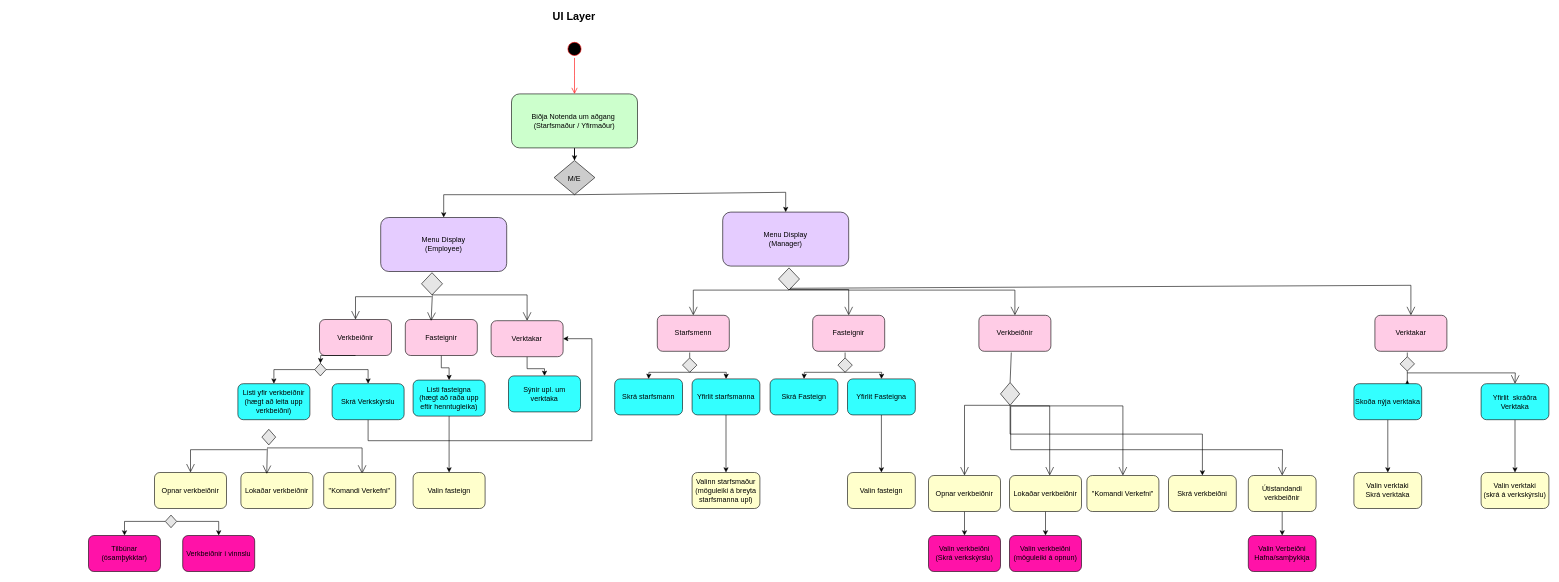
Sesslja/Verklegtnamskeid-1 keeps this draw.io diagram as page "Flæði" (1 of 2) of design/rit/State_Diagram_UI.drawio. Above is the earlier version. Source tidied: cells renumbered, new cells numbered last; positions are measured from the earlier drawing's top-left corner, leaving out a move shared by most shapes. Both pictures are drawn from the tidied source at 60%, with x=0, y=0 at pixel (88, 11).
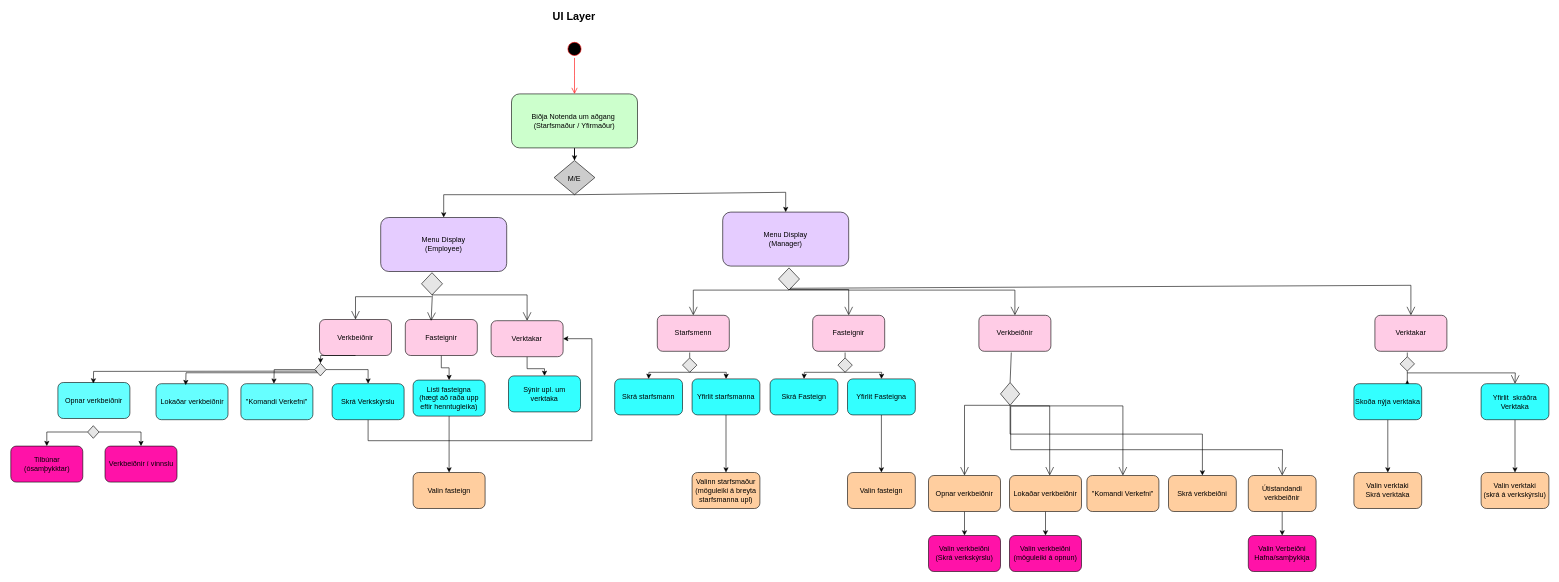
The same diagram, later.

Commit message (it also covers changes not shown here):
útlitshönnun á kerfi

The change refers to these unchanged cells:
```xml
<mxCell id="25" style="rhombus;whiteSpace=wrap;html=1;fontSize=12;fillColor=#E6E6E6;" parent="1" vertex="1">
  <mxGeometry x="377" y="587" width="19" height="21" as="geometry" />
</mxCell>
```

The edit, as a diff of the source:
```diff
@@
-    <mxCell id="17" value="Listi yfir verkbeiðnir&lt;br&gt;(hægt að leita upp verkbeiðni)" style="rounded=1;whiteSpace=wrap;html=1;fontSize=12;fillColor=#33FFFF;" parent="1" vertex="1">
-      <mxGeometry x="249" y="621" width="120" height="60" as="geometry" />
-    </mxCell>
@@
-    <mxCell id="24" style="edgeStyle=orthogonalEdgeStyle;rounded=0;jettySize=auto;html=1;fontSize=12;" parent="1" edge="1" source="25" target="17">
-      <mxGeometry relative="1" as="geometry" />
+    <mxCell id="24" style="edgeStyle=orthogonalEdgeStyle;rounded=0;jettySize=auto;html=1;fontSize=12;" parent="1" edge="1" source="25">
+      <mxGeometry relative="1" as="geometry">
+        <mxPoint x="309" y="621" as="targetPoint" />
+      </mxGeometry>
     </mxCell>
@@
-    <mxCell id="49" value="Skrá verkbeiðni" style="rounded=1;whiteSpace=wrap;html=1;fontSize=12;fillColor=#FFFFCC;" parent="1" vertex="1">
+    <mxCell id="49" value="Skrá verkbeiðni" style="rounded=1;whiteSpace=wrap;html=1;fontSize=12;fillColor=#FFCE9F;" parent="1" vertex="1">
       <mxGeometry x="1800" y="774" width="113" height="60" as="geometry" />
     </mxCell>
@@
-    <mxCell id="63" value="Opnar verkbeiðnir" style="rounded=1;whiteSpace=wrap;html=1;fontSize=12;fillColor=#FFFFCC;" parent="1" vertex="1">
-      <mxGeometry x="110" y="769" width="120" height="60" as="geometry" />
+    <mxCell id="63" value="Opnar verkbeiðnir" style="rounded=1;whiteSpace=wrap;html=1;fontSize=12;fillColor=#66FFFF;" parent="1" vertex="1">
+      <mxGeometry x="-51" y="619" width="120" height="60" as="geometry" />
     </mxCell>
-    <mxCell id="64" value="Lokaðar verkbeiðnir" style="rounded=1;whiteSpace=wrap;html=1;fontSize=12;fillColor=#FFFFCC;" parent="1" vertex="1">
-      <mxGeometry x="254" y="769" width="120" height="60" as="geometry" />
+    <mxCell id="64" value="Lokaðar verkbeiðnir" style="rounded=1;whiteSpace=wrap;html=1;fontSize=12;fillColor=#66FFFF;" parent="1" vertex="1">
+      <mxGeometry x="112.5" y="621" width="120" height="60" as="geometry" />
     </mxCell>
-    <mxCell id="65" style="endArrow=open;endFill=1;endSize=12;html=1;rounded=0;fontSize=12;entryX=0.5;entryY=0;entryDx=0;entryDy=0;exitX=0.5;exitY=1;exitDx=0;exitDy=0;" parent="1" edge="1">
-      <mxGeometry relative="1" as="geometry">
-        <mxPoint x="297.5" y="728" as="sourcePoint" />
-        <mxPoint x="456" y="771" as="targetPoint" />
-        <Array as="points">
-          <mxPoint x="456" y="728" />
-        </Array>
-      </mxGeometry>
-    </mxCell>
-    <mxCell id="66" style="endArrow=open;endFill=1;endSize=12;html=1;rounded=0;fontSize=12;entryX=0.359;entryY=0.039;entryDx=0;entryDy=0;entryPerimeter=0;" parent="1" edge="1" target="64">
-      <mxGeometry relative="1" as="geometry">
-        <mxPoint x="298" y="729" as="sourcePoint" />
-      </mxGeometry>
-    </mxCell>
-    <mxCell id="67" style="endArrow=open;endFill=1;endSize=12;html=1;rounded=0;fontSize=12;entryX=0.5;entryY=0;entryDx=0;entryDy=0;" parent="1" edge="1" target="63">
-      <mxGeometry relative="1" as="geometry">
-        <mxPoint x="297" y="731" as="sourcePoint" />
-        <Array as="points">
-          <mxPoint x="170" y="731" />
-        </Array>
-      </mxGeometry>
-    </mxCell>
-    <mxCell id="68" style="rhombus;whiteSpace=wrap;html=1;fontSize=12;fillColor=#E6E6E6;" parent="1" vertex="1">
-      <mxGeometry x="289" y="697" width="23" height="26" as="geometry" />
-    </mxCell>
-    <mxCell id="69" value="&quot;Komandi Verkefni&quot;" style="rounded=1;whiteSpace=wrap;html=1;fontSize=12;fillColor=#FFFFCC;" parent="1" vertex="1">
-      <mxGeometry x="392" y="769" width="120" height="60" as="geometry" />
+    <mxCell id="69" value="&quot;Komandi Verkefni&quot;" style="rounded=1;whiteSpace=wrap;html=1;fontSize=12;fillColor=#66FFFF;" parent="1" vertex="1">
+      <mxGeometry x="254" y="621" width="120" height="60" as="geometry" />
     </mxCell>
     <mxCell id="70" value="Tilbúnar (ósamþykktar)" style="rounded=1;whiteSpace=wrap;html=1;fontSize=12;fillColor=#FF12A8;" parent="1" vertex="1">
-      <mxGeometry y="874" width="120" height="60" as="geometry" />
+      <mxGeometry x="-129.5" y="725" width="120" height="60" as="geometry" />
     </mxCell>
     <mxCell id="71" value="Verkbeiðnir í vinnslu" style="rounded=1;whiteSpace=wrap;html=1;fontSize=12;fillColor=#FF12A8;" parent="1" vertex="1">
-      <mxGeometry x="157" y="874" width="120" height="60" as="geometry" />
+      <mxGeometry x="27.5" y="725" width="120" height="60" as="geometry" />
     </mxCell>
@@
     <mxCell id="74" style="rhombus;whiteSpace=wrap;html=1;fontSize=12;fillColor=#E6E6E6;" parent="1" vertex="1">
-      <mxGeometry x="128" y="840" width="19" height="21" as="geometry" />
+      <mxGeometry x="-1.5" y="691" width="19" height="21" as="geometry" />
     </mxCell>
-    <mxCell id="75" value="Valin fasteign" style="rounded=1;whiteSpace=wrap;html=1;fontSize=12;fillColor=#FFFFCC;" parent="1" vertex="1">
+    <mxCell id="75" value="Valin fasteign" style="rounded=1;whiteSpace=wrap;html=1;fontSize=12;fillColor=#FFCE9F;" parent="1" vertex="1">
       <mxGeometry x="541" y="769" width="120" height="60" as="geometry" />
     </mxCell>
-    <mxCell id="76" value="Valinn starfsmaður&lt;br&gt;(möguleiki á breyta starfsmanna upl)" style="rounded=1;whiteSpace=wrap;html=1;fontSize=12;fillColor=#FFFFCC;" parent="1" vertex="1">
+    <mxCell id="76" value="Valinn starfsmaður&lt;br&gt;(möguleiki á breyta starfsmanna upl)" style="rounded=1;whiteSpace=wrap;html=1;fontSize=12;fillColor=#FFCE9F;" parent="1" vertex="1">
       <mxGeometry x="1006" y="769" width="113" height="60" as="geometry" />
     </mxCell>
-    <mxCell id="77" value="Valin fasteign" style="rounded=1;whiteSpace=wrap;html=1;fontSize=12;fillColor=#FFFFCC;" parent="1" vertex="1">
+    <mxCell id="77" value="Valin fasteign" style="rounded=1;whiteSpace=wrap;html=1;fontSize=12;fillColor=#FFCE9F;" parent="1" vertex="1">
       <mxGeometry x="1265" y="769" width="113" height="60" as="geometry" />
     </mxCell>
@@
-    <mxCell id="79" value="Opnar verkbeiðnir" style="rounded=1;whiteSpace=wrap;html=1;fontSize=12;fillColor=#FFFFCC;" parent="1" vertex="1">
+    <mxCell id="79" value="Opnar verkbeiðnir" style="rounded=1;whiteSpace=wrap;html=1;fontSize=12;fillColor=#FFCE9F;" parent="1" vertex="1">
       <mxGeometry x="1400" y="774" width="120" height="60" as="geometry" />
     </mxCell>
@@
-    <mxCell id="81" value="Lokaðar verkbeiðnir" style="rounded=1;whiteSpace=wrap;html=1;fontSize=12;fillColor=#FFFFCC;" parent="1" vertex="1">
+    <mxCell id="81" value="Lokaðar verkbeiðnir" style="rounded=1;whiteSpace=wrap;html=1;fontSize=12;fillColor=#FFCE9F;" parent="1" vertex="1">
       <mxGeometry x="1535" y="774" width="120" height="60" as="geometry" />
     </mxCell>
-    <mxCell id="82" value="&quot;Komandi Verkefni&quot;" style="rounded=1;whiteSpace=wrap;html=1;fontSize=12;fillColor=#FFFFCC;" parent="1" vertex="1">
+    <mxCell id="82" value="&quot;Komandi Verkefni&quot;" style="rounded=1;whiteSpace=wrap;html=1;fontSize=12;fillColor=#FFCE9F;" parent="1" vertex="1">
       <mxGeometry x="1664" y="774" width="120" height="60" as="geometry" />
     </mxCell>
@@
-    <mxCell id="89" value="Útistandandi verkbeiðnir" style="rounded=1;whiteSpace=wrap;html=1;fontSize=12;fillColor=#FFFFCC;" parent="1" vertex="1">
+    <mxCell id="89" value="Útistandandi verkbeiðnir" style="rounded=1;whiteSpace=wrap;html=1;fontSize=12;fillColor=#FFCE9F;" parent="1" vertex="1">
       <mxGeometry x="1933" y="774" width="113" height="60" as="geometry" />
     </mxCell>
@@
-    <mxCell id="95" value="Valin verktaki&lt;br&gt;Skrá&amp;nbsp;verktaka" style="rounded=1;whiteSpace=wrap;html=1;fontSize=12;fillColor=#FFFFCC;" parent="1" vertex="1">
+    <mxCell id="95" value="Valin verktaki&lt;br&gt;Skrá&amp;nbsp;verktaka" style="rounded=1;whiteSpace=wrap;html=1;fontSize=12;fillColor=#FFCE9F;" parent="1" vertex="1">
       <mxGeometry x="2109" y="769" width="113" height="60" as="geometry" />
     </mxCell>
-    <mxCell id="96" value="Valin verktaki&lt;br&gt;(skrá á verkskýrslu)" style="rounded=1;whiteSpace=wrap;html=1;fontSize=12;fillColor=#FFFFCC;" parent="1" vertex="1">
+    <mxCell id="96" value="Valin verktaki&lt;br&gt;(skrá á verkskýrslu)" style="rounded=1;whiteSpace=wrap;html=1;fontSize=12;fillColor=#FFCE9F;" parent="1" vertex="1">
       <mxGeometry x="2321" y="769" width="113" height="60" as="geometry" />
     </mxCell>
+    <mxCell id="97" style="edgeStyle=orthogonalEdgeStyle;rounded=0;jettySize=auto;html=1;fontSize=12;exitX=0;exitY=1;exitDx=0;exitDy=0;" parent="1" edge="1" source="25">
+      <mxGeometry relative="1" as="geometry">
+        <mxPoint x="162" y="623.4" as="targetPoint" />
+      </mxGeometry>
+    </mxCell>
+    <mxCell id="98" style="edgeStyle=orthogonalEdgeStyle;rounded=0;orthogonalLoop=1;jettySize=auto;html=1;fontSize=12;" parent="1" edge="1">
+      <mxGeometry relative="1" as="geometry">
+        <mxPoint x="381" y="600" as="sourcePoint" />
+        <mxPoint x="8" y="620.7" as="targetPoint" />
+      </mxGeometry>
+    </mxCell>
```
